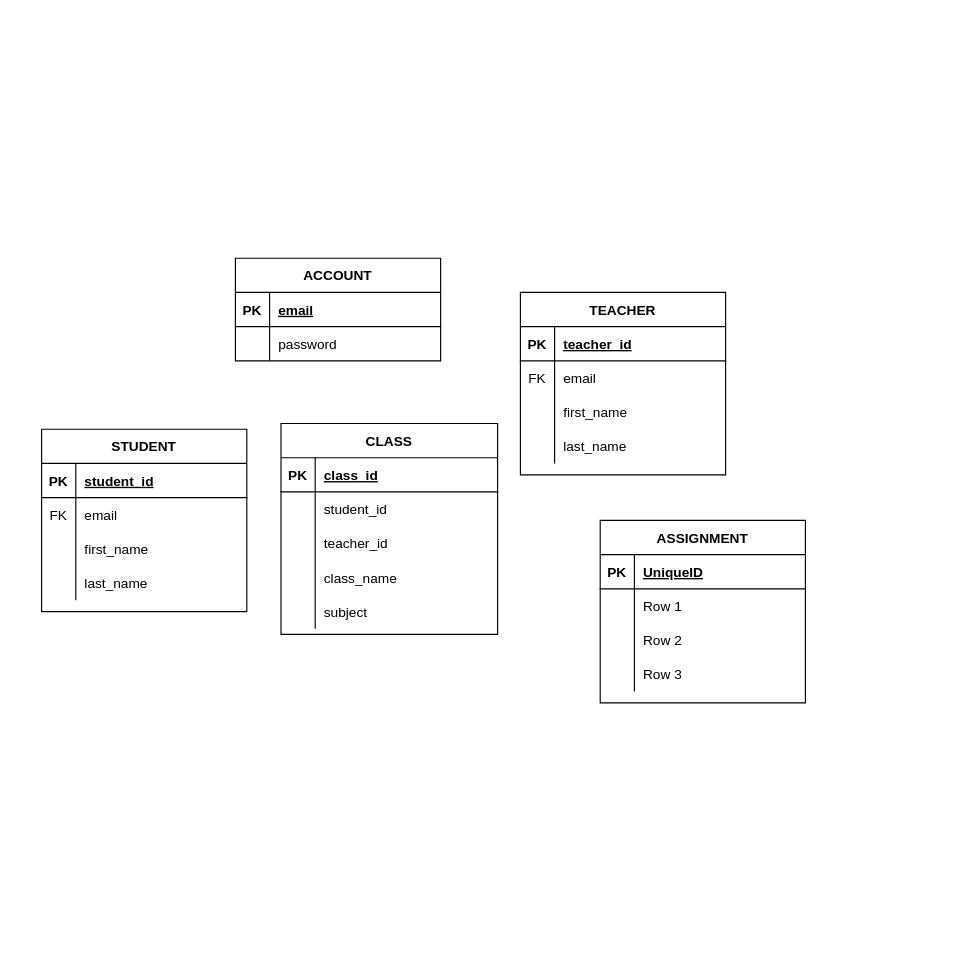
The draw.io diagram craftx_Relational_model.drawio in anishrsharma/Temp1, before the edit. Source tidied: cells renumbered, new cells numbered last; positions are measured from the earlier drawing's top-left corner, leaving out a move shared by most shapes. Both pictures are drawn from the tidied source at 114%, with x=0, y=0 at pixel (41, 258).
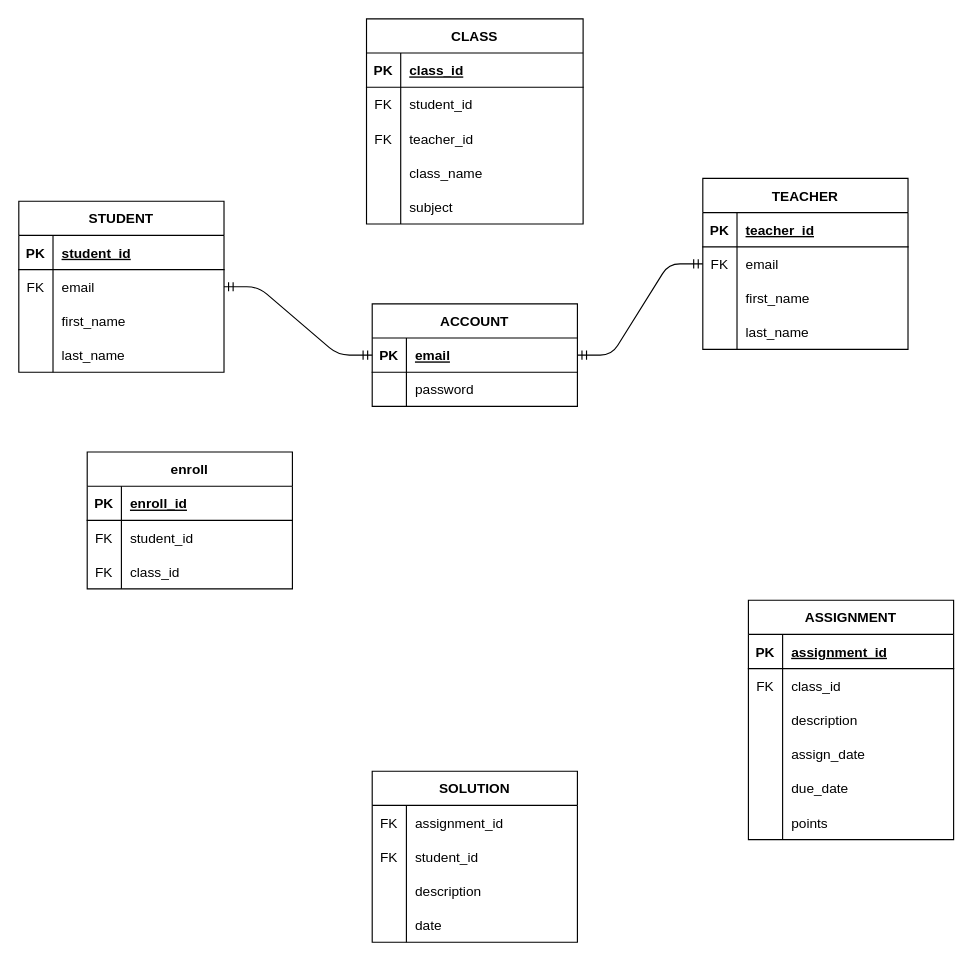
The same diagram, later.

The change refers to these unchanged cells:
```xml
<mxCell id="3" style="shape=partialRectangle;fillColor=none;top=0;left=0;bottom=1;right=0;points=[[0,0.5],[1,0.5]];portConstraint=eastwest;" parent="2" vertex="1">
  <mxGeometry y="30" width="180" height="30" as="geometry" />
</mxCell>
<mxCell id="13" style="shape=partialRectangle;fillColor=none;top=0;left=0;bottom=0;right=0;points=[[0,0.5],[1,0.5]];portConstraint=eastwest;" parent="9" vertex="1">
  <mxGeometry y="60" width="180" height="30" as="geometry" />
</mxCell>
<mxCell id="26" style="shape=partialRectangle;fillColor=none;top=0;left=0;bottom=0;right=0;points=[[0,0.5],[1,0.5]];portConstraint=eastwest;" parent="22" vertex="1">
  <mxGeometry y="60" width="180" height="30" as="geometry" />
</mxCell>
<mxCell id="39" style="shape=partialRectangle;fillColor=none;top=0;left=0;bottom=0;right=0;" parent="35" vertex="1">
  <mxGeometry y="60" width="190" height="30" as="geometry" />
</mxCell>
<mxCell id="42" style="shape=partialRectangle;fillColor=none;top=0;left=0;bottom=0;right=0;" parent="35" vertex="1">
  <mxGeometry y="90" width="190" height="30" as="geometry" />
</mxCell>
<mxCell id="52" style="shape=partialRectangle;fillColor=none;top=0;left=0;bottom=1;right=0;" parent="51" vertex="1">
  <mxGeometry y="30" width="180" height="30" as="geometry" />
</mxCell>
<mxCell id="55" style="shape=partialRectangle;fillColor=none;top=0;left=0;bottom=0;right=0;" parent="51" vertex="1">
  <mxGeometry y="60" width="180" height="30" as="geometry" />
</mxCell>
```

The edit, as a diff of the source:
```diff
@@
     <mxCell id="2" value="ACCOUNT" style="shape=table;startSize=30;childLayout=tableLayout;rowLines=0;fontStyle=1;align=center;" parent="1" vertex="1">
-      <mxGeometry x="170" width="180" height="90" as="geometry" />
+      <mxGeometry x="290" y="40" width="180" height="90" as="geometry" />
     </mxCell>
@@
     <mxCell id="9" value="STUDENT" style="shape=table;startSize=30;childLayout=tableLayout;rowLines=0;fontStyle=1;align=center;" parent="1" vertex="1">
-      <mxGeometry y="150" width="180" height="160" as="geometry" />
+      <mxGeometry x="-20" y="-50" width="180" height="150" as="geometry" />
     </mxCell>
@@
     <mxCell id="22" value="TEACHER" style="shape=table;startSize=30;childLayout=tableLayout;rowLines=0;fontStyle=1;align=center;" parent="1" vertex="1">
-      <mxGeometry x="420" y="30" width="180" height="160" as="geometry" />
+      <mxGeometry x="580" y="-70" width="180" height="150" as="geometry" />
     </mxCell>
@@
     <mxCell id="35" value="CLASS" style="shape=table;startSize=30;childLayout=tableLayout;rowLines=0;fontStyle=1;align=center;" parent="1" vertex="1">
-      <mxGeometry x="210" y="145" width="190" height="185" as="geometry" />
+      <mxGeometry x="285" y="-210" width="190" height="180" as="geometry" />
     </mxCell>
@@
-    <mxCell id="40" style="shape=partialRectangle;fillColor=none;top=0;left=0;bottom=0;right=0;overflow=hidden;" parent="39" vertex="1">
+    <mxCell id="40" value="FK" style="shape=partialRectangle;fillColor=none;top=0;left=0;bottom=0;right=0;overflow=hidden;" parent="39" vertex="1">
       <mxGeometry width="30" height="30" as="geometry" />
     </mxCell>
@@
-    <mxCell id="43" style="shape=partialRectangle;fillColor=none;top=0;left=0;bottom=0;right=0;overflow=hidden;" parent="42" vertex="1">
+    <mxCell id="43" value="FK" style="shape=partialRectangle;fillColor=none;top=0;left=0;bottom=0;right=0;overflow=hidden;" parent="42" vertex="1">
       <mxGeometry width="30" height="30" as="geometry" />
     </mxCell>
@@
     <mxCell id="51" value="ASSIGNMENT" style="shape=table;startSize=30;childLayout=tableLayout;rowLines=0;fontStyle=1;align=center;" parent="1" vertex="1">
-      <mxGeometry x="490" y="230" width="180" height="160" as="geometry" />
+      <mxGeometry x="620" y="300" width="180" height="210" as="geometry" />
     </mxCell>
@@
-    <mxCell id="54" value="UniqueID" style="shape=partialRectangle;fillColor=none;top=0;left=0;bottom=0;right=0;align=left;spacingLeft=6;fontStyle=5;overflow=hidden;" parent="52" vertex="1">
+    <mxCell id="54" value="assignment_id" style="shape=partialRectangle;fillColor=none;top=0;left=0;bottom=0;right=0;align=left;spacingLeft=6;fontStyle=5;overflow=hidden;" parent="52" vertex="1">
       <mxGeometry x="30" width="150" height="30" as="geometry" />
     </mxCell>
@@
-    <mxCell id="56" style="shape=partialRectangle;fillColor=none;top=0;left=0;bottom=0;right=0;overflow=hidden;" parent="55" vertex="1">
+    <mxCell id="56" value="FK" style="shape=partialRectangle;fillColor=none;top=0;left=0;bottom=0;right=0;overflow=hidden;" parent="55" vertex="1">
       <mxGeometry width="30" height="30" as="geometry" />
     </mxCell>
-    <mxCell id="57" value="Row 1" style="shape=partialRectangle;fillColor=none;top=0;left=0;bottom=0;right=0;align=left;spacingLeft=6;overflow=hidden;" parent="55" vertex="1">
+    <mxCell id="57" value="class_id" style="shape=partialRectangle;fillColor=none;top=0;left=0;bottom=0;right=0;align=left;spacingLeft=6;overflow=hidden;" parent="55" vertex="1">
       <mxGeometry x="30" width="150" height="30" as="geometry" />
     </mxCell>
+    <mxCell id="64" style="shape=partialRectangle;fillColor=none;top=0;left=0;bottom=0;right=0;" parent="51" vertex="1">
+      <mxGeometry y="90" width="180" height="30" as="geometry" />
+    </mxCell>
+    <mxCell id="65" style="shape=partialRectangle;fillColor=none;top=0;left=0;bottom=0;right=0;overflow=hidden;" parent="64" vertex="1">
+      <mxGeometry width="30" height="30" as="geometry" />
+    </mxCell>
+    <mxCell id="66" value="description" style="shape=partialRectangle;fillColor=none;top=0;left=0;bottom=0;right=0;align=left;spacingLeft=6;overflow=hidden;" parent="64" vertex="1">
+      <mxGeometry x="30" width="150" height="30" as="geometry" />
+    </mxCell>
     <mxCell id="58" style="shape=partialRectangle;fillColor=none;top=0;left=0;bottom=0;right=0;" parent="51" vertex="1">
-      <mxGeometry y="90" width="180" height="30" as="geometry" />
+      <mxGeometry y="120" width="180" height="30" as="geometry" />
     </mxCell>
@@
-    <mxCell id="60" value="Row 2" style="shape=partialRectangle;fillColor=none;top=0;left=0;bottom=0;right=0;align=left;spacingLeft=6;overflow=hidden;" parent="58" vertex="1">
+    <mxCell id="60" value="assign_date" style="shape=partialRectangle;fillColor=none;top=0;left=0;bottom=0;right=0;align=left;spacingLeft=6;overflow=hidden;" parent="58" vertex="1">
       <mxGeometry x="30" width="150" height="30" as="geometry" />
     </mxCell>
     <mxCell id="61" style="shape=partialRectangle;fillColor=none;top=0;left=0;bottom=0;right=0;" parent="51" vertex="1">
-      <mxGeometry y="120" width="180" height="30" as="geometry" />
+      <mxGeometry y="150" width="180" height="30" as="geometry" />
     </mxCell>
@@
-    <mxCell id="63" value="Row 3" style="shape=partialRectangle;fillColor=none;top=0;left=0;bottom=0;right=0;align=left;spacingLeft=6;overflow=hidden;" parent="61" vertex="1">
+    <mxCell id="63" value="due_date" style="shape=partialRectangle;fillColor=none;top=0;left=0;bottom=0;right=0;align=left;spacingLeft=6;overflow=hidden;" parent="61" vertex="1">
       <mxGeometry x="30" width="150" height="30" as="geometry" />
     </mxCell>
+    <mxCell id="67" style="shape=partialRectangle;fillColor=none;top=0;left=0;bottom=0;right=0;" parent="51" vertex="1">
+      <mxGeometry y="180" width="180" height="30" as="geometry" />
+    </mxCell>
+    <mxCell id="68" style="shape=partialRectangle;fillColor=none;top=0;left=0;bottom=0;right=0;overflow=hidden;" parent="67" vertex="1">
+      <mxGeometry width="30" height="30" as="geometry" />
+    </mxCell>
+    <mxCell id="69" value="points" style="shape=partialRectangle;fillColor=none;top=0;left=0;bottom=0;right=0;align=left;spacingLeft=6;overflow=hidden;" parent="67" vertex="1">
+      <mxGeometry x="30" width="150" height="30" as="geometry" />
+    </mxCell>
+    <mxCell id="70" value="SOLUTION" style="shape=table;startSize=30;childLayout=tableLayout;rowLines=0;fontStyle=1;align=center;" parent="1" vertex="1">
+      <mxGeometry x="290" y="450" width="180" height="150" as="geometry" />
+    </mxCell>
+    <mxCell id="71" style="shape=partialRectangle;fillColor=none;top=0;left=0;bottom=0;right=0;" parent="70" vertex="1">
+      <mxGeometry y="30" width="180" height="30" as="geometry" />
+    </mxCell>
+    <mxCell id="72" value="FK" style="shape=partialRectangle;fillColor=none;top=0;left=0;bottom=0;right=0;overflow=hidden;" parent="71" vertex="1">
+      <mxGeometry width="30" height="30" as="geometry" />
+    </mxCell>
+    <mxCell id="73" value="assignment_id" style="shape=partialRectangle;fillColor=none;top=0;left=0;bottom=0;right=0;align=left;spacingLeft=6;overflow=hidden;" parent="71" vertex="1">
+      <mxGeometry x="30" width="150" height="30" as="geometry" />
+    </mxCell>
+    <mxCell id="74" style="shape=partialRectangle;fillColor=none;top=0;left=0;bottom=0;right=0;" parent="70" vertex="1">
+      <mxGeometry y="60" width="180" height="30" as="geometry" />
+    </mxCell>
+    <mxCell id="75" value="FK" style="shape=partialRectangle;fillColor=none;top=0;left=0;bottom=0;right=0;overflow=hidden;" parent="74" vertex="1">
+      <mxGeometry width="30" height="30" as="geometry" />
+    </mxCell>
+    <mxCell id="76" value="student_id" style="shape=partialRectangle;fillColor=none;top=0;left=0;bottom=0;right=0;align=left;spacingLeft=6;overflow=hidden;" parent="74" vertex="1">
+      <mxGeometry x="30" width="150" height="30" as="geometry" />
+    </mxCell>
+    <mxCell id="77" style="shape=partialRectangle;fillColor=none;top=0;left=0;bottom=0;right=0;" parent="70" vertex="1">
+      <mxGeometry y="90" width="180" height="30" as="geometry" />
+    </mxCell>
+    <mxCell id="78" style="shape=partialRectangle;fillColor=none;top=0;left=0;bottom=0;right=0;overflow=hidden;" parent="77" vertex="1">
+      <mxGeometry width="30" height="30" as="geometry" />
+    </mxCell>
+    <mxCell id="79" value="description" style="shape=partialRectangle;fillColor=none;top=0;left=0;bottom=0;right=0;align=left;spacingLeft=6;overflow=hidden;" parent="77" vertex="1">
+      <mxGeometry x="30" width="150" height="30" as="geometry" />
+    </mxCell>
+    <mxCell id="80" style="shape=partialRectangle;fillColor=none;top=0;left=0;bottom=0;right=0;" parent="70" vertex="1">
+      <mxGeometry y="120" width="180" height="30" as="geometry" />
+    </mxCell>
+    <mxCell id="81" style="shape=partialRectangle;fillColor=none;top=0;left=0;bottom=0;right=0;overflow=hidden;" parent="80" vertex="1">
+      <mxGeometry width="30" height="30" as="geometry" />
+    </mxCell>
+    <mxCell id="82" value="date" style="shape=partialRectangle;fillColor=none;top=0;left=0;bottom=0;right=0;align=left;spacingLeft=6;overflow=hidden;" parent="80" vertex="1">
+      <mxGeometry x="30" width="150" height="30" as="geometry" />
+    </mxCell>
+    <mxCell id="83" style="edgeStyle=entityRelationEdgeStyle;fontSize=12;html=1;endArrow=ERmandOne;startArrow=ERmandOne;entryX=0;entryY=0.5;entryDx=0;entryDy=0;exitX=1;exitY=0.5;exitDx=0;exitDy=0;" parent="1" edge="1" source="13" target="3">
+      <mxGeometry relative="1" as="geometry" />
+    </mxCell>
+    <mxCell id="84" style="edgeStyle=entityRelationEdgeStyle;fontSize=12;html=1;endArrow=ERmandOne;startArrow=ERmandOne;entryX=0;entryY=0.5;entryDx=0;entryDy=0;exitX=1;exitY=0.5;exitDx=0;exitDy=0;" parent="1" edge="1" source="2" target="26">
+      <mxGeometry relative="1" as="geometry" />
+    </mxCell>
+    <mxCell id="85" value="enroll" style="shape=table;startSize=30;childLayout=tableLayout;rowLines=0;fontStyle=1;align=center;" parent="1" vertex="1">
+      <mxGeometry x="40" y="170" width="180" height="120" as="geometry" />
+    </mxCell>
+    <mxCell id="86" style="shape=partialRectangle;fillColor=none;top=0;left=0;bottom=1;right=0;" parent="85" vertex="1">
+      <mxGeometry y="30" width="180" height="30" as="geometry" />
+    </mxCell>
+    <mxCell id="87" value="PK" style="shape=partialRectangle;fillColor=none;top=0;left=0;bottom=0;right=0;fontStyle=1;overflow=hidden;" parent="86" vertex="1">
+      <mxGeometry width="30" height="30" as="geometry" />
+    </mxCell>
+    <mxCell id="88" value="enroll_id" style="shape=partialRectangle;fillColor=none;top=0;left=0;bottom=0;right=0;align=left;spacingLeft=6;fontStyle=5;overflow=hidden;" parent="86" vertex="1">
+      <mxGeometry x="30" width="150" height="30" as="geometry" />
+    </mxCell>
+    <mxCell id="89" style="shape=partialRectangle;fillColor=none;top=0;left=0;bottom=0;right=0;" parent="85" vertex="1">
+      <mxGeometry y="60" width="180" height="30" as="geometry" />
+    </mxCell>
+    <mxCell id="90" value="FK" style="shape=partialRectangle;fillColor=none;top=0;left=0;bottom=0;right=0;overflow=hidden;" parent="89" vertex="1">
+      <mxGeometry width="30" height="30" as="geometry" />
+    </mxCell>
+    <mxCell id="91" value="student_id" style="shape=partialRectangle;fillColor=none;top=0;left=0;bottom=0;right=0;align=left;spacingLeft=6;overflow=hidden;" parent="89" vertex="1">
+      <mxGeometry x="30" width="150" height="30" as="geometry" />
+    </mxCell>
+    <mxCell id="92" style="shape=partialRectangle;fillColor=none;top=0;left=0;bottom=0;right=0;" parent="85" vertex="1">
+      <mxGeometry y="90" width="180" height="30" as="geometry" />
+    </mxCell>
+    <mxCell id="93" value="FK" style="shape=partialRectangle;fillColor=none;top=0;left=0;bottom=0;right=0;overflow=hidden;" parent="92" vertex="1">
+      <mxGeometry width="30" height="30" as="geometry" />
+    </mxCell>
+    <mxCell id="94" value="class_id" style="shape=partialRectangle;fillColor=none;top=0;left=0;bottom=0;right=0;align=left;spacingLeft=6;overflow=hidden;" parent="92" vertex="1">
+      <mxGeometry x="30" width="150" height="30" as="geometry" />
+    </mxCell>
```
